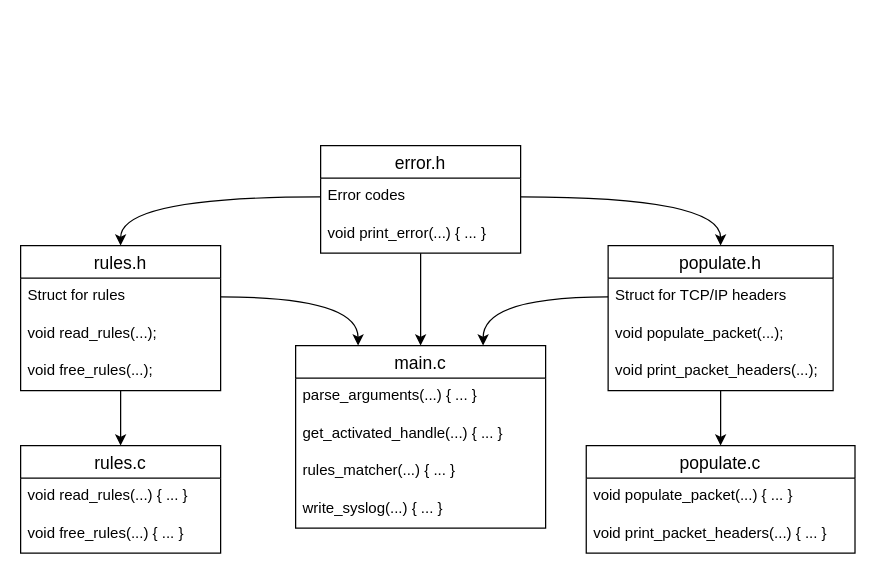
The draw.io diagram markdown-explanations/images/project-structure.drawio in FlorianFichet/B2-IR209-IDS, before the edit. Source tidied: cells renumbered, new cells numbered last; positions are measured from the earlier drawing's top-left corner, leaving out a move shared by most shapes. Both pictures are drawn from the tidied source at 125%, with x=0, y=0 at pixel (20, 145).
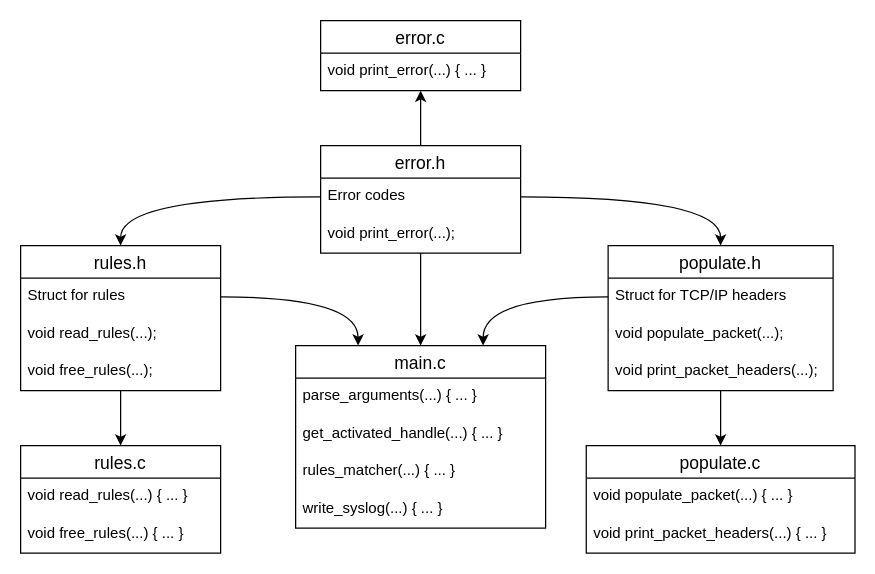
The same diagram, later.

Unchanged cells that the change refers to:
```xml
<mxCell id="25" value="error.h" style="swimlane;fontStyle=0;horizontal=1;startSize=26;align=center;fontSize=14;" parent="1" vertex="1">
  <mxGeometry x="240" width="160" height="86" as="geometry" />
</mxCell>
```

The edit, as a diff of the source:
```diff
@@
+    <mxCell id="31" style="edgeStyle=orthogonalEdgeStyle;rounded=0;jettySize=auto;html=1;" parent="1" edge="1" source="25" target="32">
+      <mxGeometry relative="1" as="geometry" />
+    </mxCell>
@@
-    <mxCell id="27" value="void print_error(...) { ... }" style="text;strokeColor=none;fillColor=none;spacingLeft=4;spacingRight=4;overflow=hidden;fontSize=12;" parent="25" vertex="1">
+    <mxCell id="27" value="void print_error(...);" style="text;strokeColor=none;fillColor=none;spacingLeft=4;spacingRight=4;overflow=hidden;fontSize=12;" parent="25" vertex="1">
       <mxGeometry y="56" width="160" height="30" as="geometry" />
     </mxCell>
@@
+    <mxCell id="32" value="error.c" style="swimlane;fontStyle=0;horizontal=1;startSize=26;align=center;fontSize=14;" parent="1" vertex="1">
+      <mxGeometry x="240" y="-100" width="160" height="56" as="geometry" />
+    </mxCell>
+    <mxCell id="33" value="void print_error(...) { ... }" style="text;strokeColor=none;fillColor=none;spacingLeft=4;spacingRight=4;overflow=hidden;fontSize=12;" parent="32" vertex="1">
+      <mxGeometry y="26" width="160" height="30" as="geometry" />
+    </mxCell>
```
